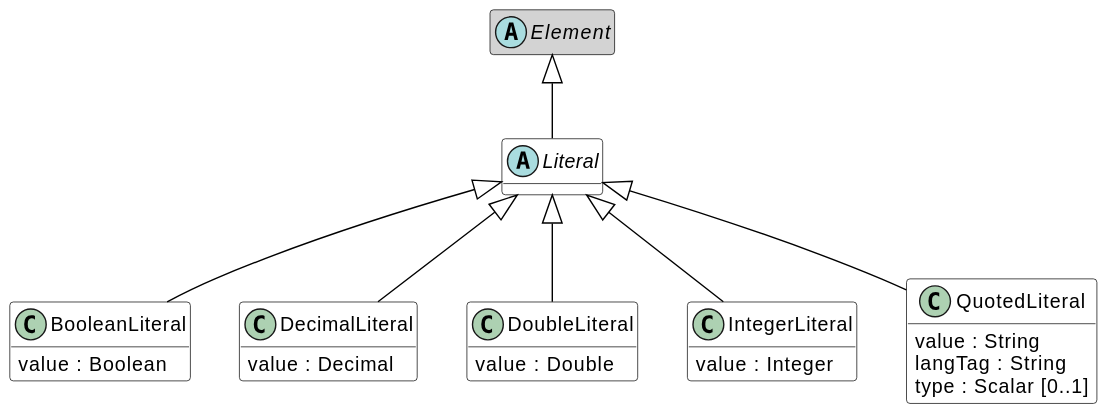
This is images/oml-Literals.svg from opencaesar/oml, a PlantUML export, as it was before one commit. Source of this version:
```plantuml
@startuml
skinparam classBackgroundColor LightGray
skinparam classBorderColor Black
skinparam enumBorderColor Black
skinparam ArrowColor Black
hide methods
class BooleanLiteral [[#BooleanLiteral]] #white {
	value : Boolean
}
BooleanLiteral -up-|> Literal [[#Literal]]
class DecimalLiteral [[#DecimalLiteral]] #white {
	value : Decimal
}
DecimalLiteral -up-|> Literal [[#Literal]]
class DoubleLiteral [[#DoubleLiteral]] #white {
	value : Double
}
DoubleLiteral -up-|> Literal [[#Literal]]
class IntegerLiteral [[#IntegerLiteral]] #white {
	value : Integer
}
IntegerLiteral -up-|> Literal [[#Literal]]
abstract class Literal [[#Literal]] #white {
}
abstract class Element [[#Element]]
hide Element members
Literal -up-|> Element [[#Element]]
class QuotedLiteral [[#QuotedLiteral]] #white {
	value : String
	langTag : String
	type : Scalar [0..1]
}
QuotedLiteral -up-|> Literal [[#Literal]]
@enduml
```
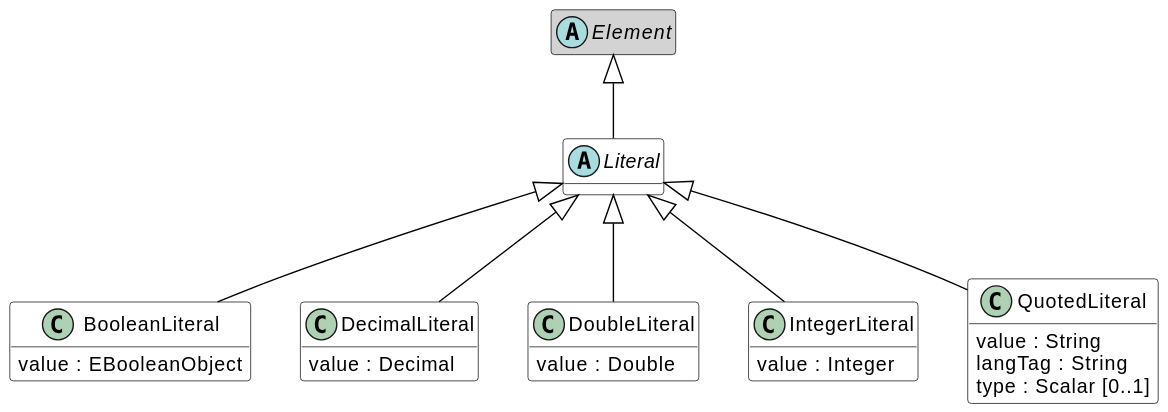
Above is the later version.

Change to the diagram source:
```diff
@@ -5,7 +5,7 @@
 skinparam ArrowColor Black
 hide methods
 class BooleanLiteral [[#BooleanLiteral]] #white {
-	value : Boolean
+	value : EBooleanObject
 }
 BooleanLiteral -up-|> Literal [[#Literal]]
 class DecimalLiteral [[#DecimalLiteral]] #white {
```
